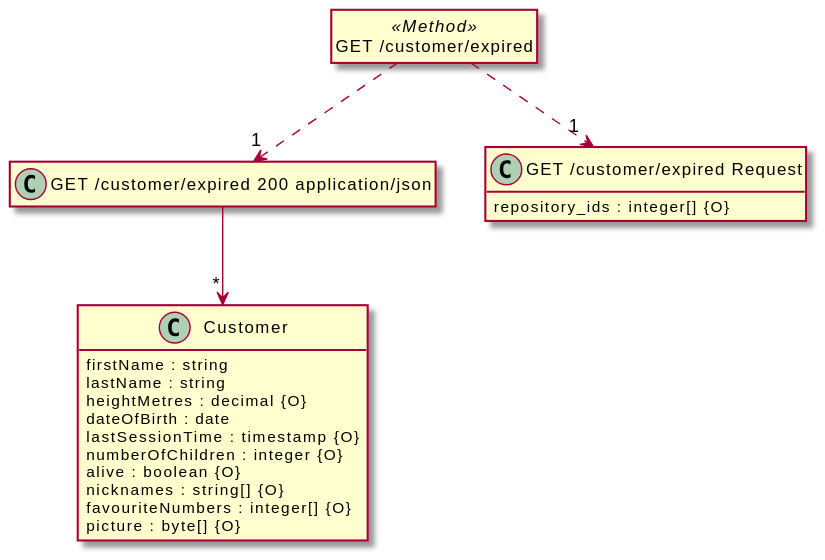
Earlier version of the PlantUML export src/docs/tests/request-body.puml.svg (davidmoten/openapi-to-plantuml).
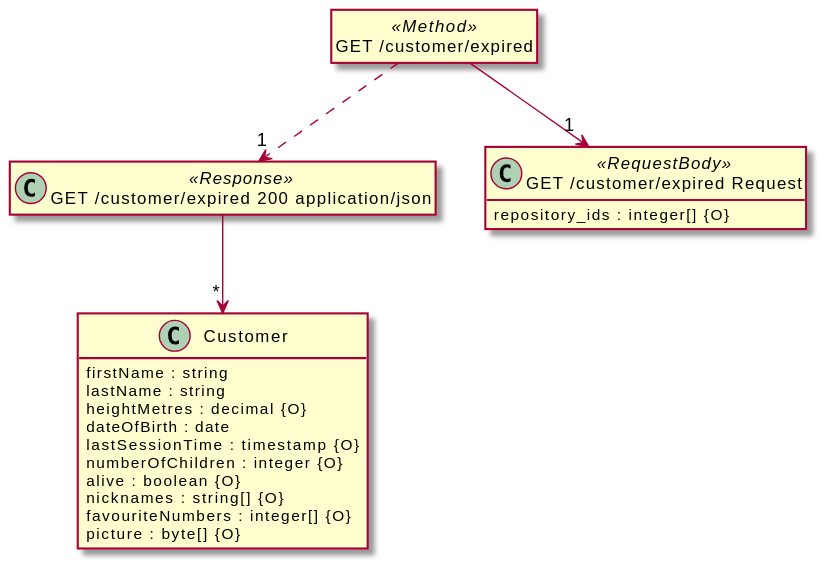
Above is the later version.

What changed in the source:
```diff
@@ -20,10 +20,10 @@
 class "GET /customer/expired" <<Method>> {
 }
 
-class "GET /customer/expired 200 application/json" {
+class "GET /customer/expired 200 application/json" <<Response>> {
 }
 
-class "GET /customer/expired Request" {
+class "GET /customer/expired Request" <<RequestBody>> {
   repository_ids : integer[] {O}
 }
 
@@ -31,6 +31,6 @@
 
 "GET /customer/expired" ..> "1" "GET /customer/expired 200 application/json"
 
-"GET /customer/expired" ..> "1" "GET /customer/expired Request"
+"GET /customer/expired" --> "1" "GET /customer/expired Request"
 
 @enduml
```
